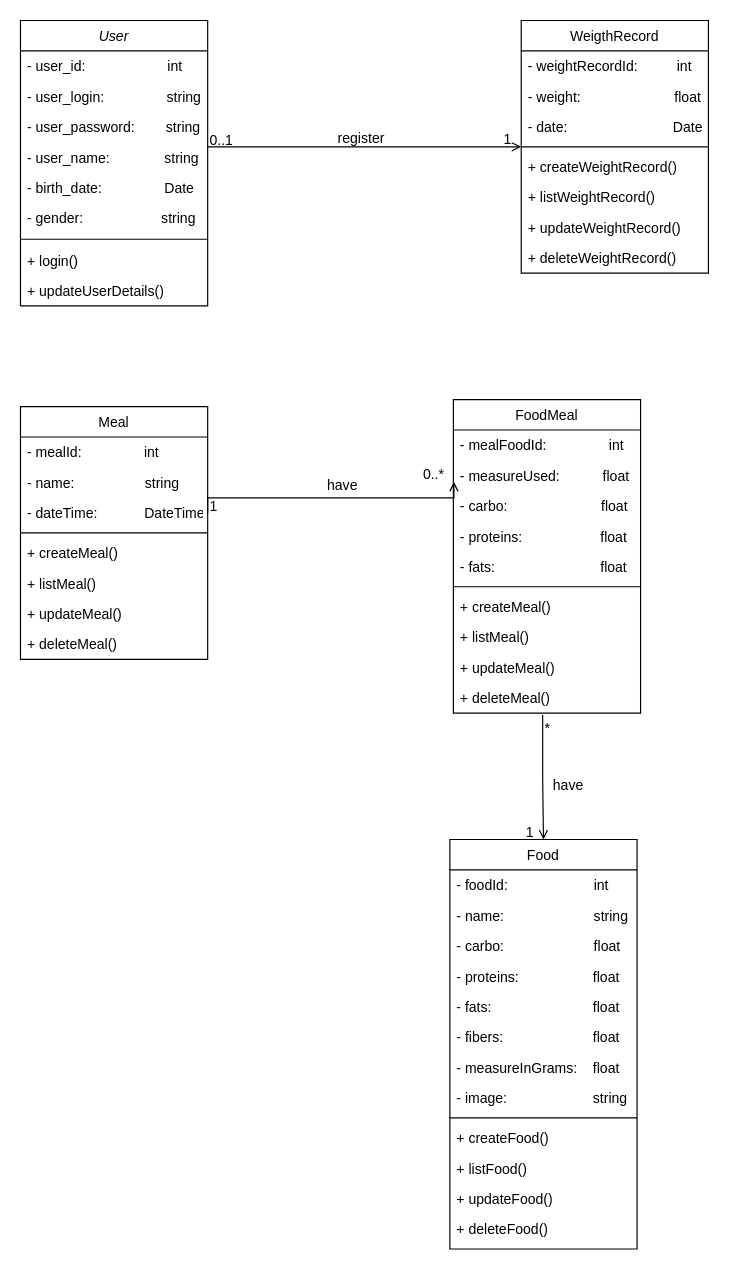
Above: page "Diagram of class" (1 of 2) of Documentation/NutriFit.drawio in BrennerFSouza/NutriFit (draw.io), before the change. Source tidied: cells renumbered, new cells numbered last; positions are measured from the earlier drawing's top-left corner, leaving out a move shared by most shapes. Both pictures are drawn from the tidied source at 117%, with x=0, y=0 at pixel (20, 20).
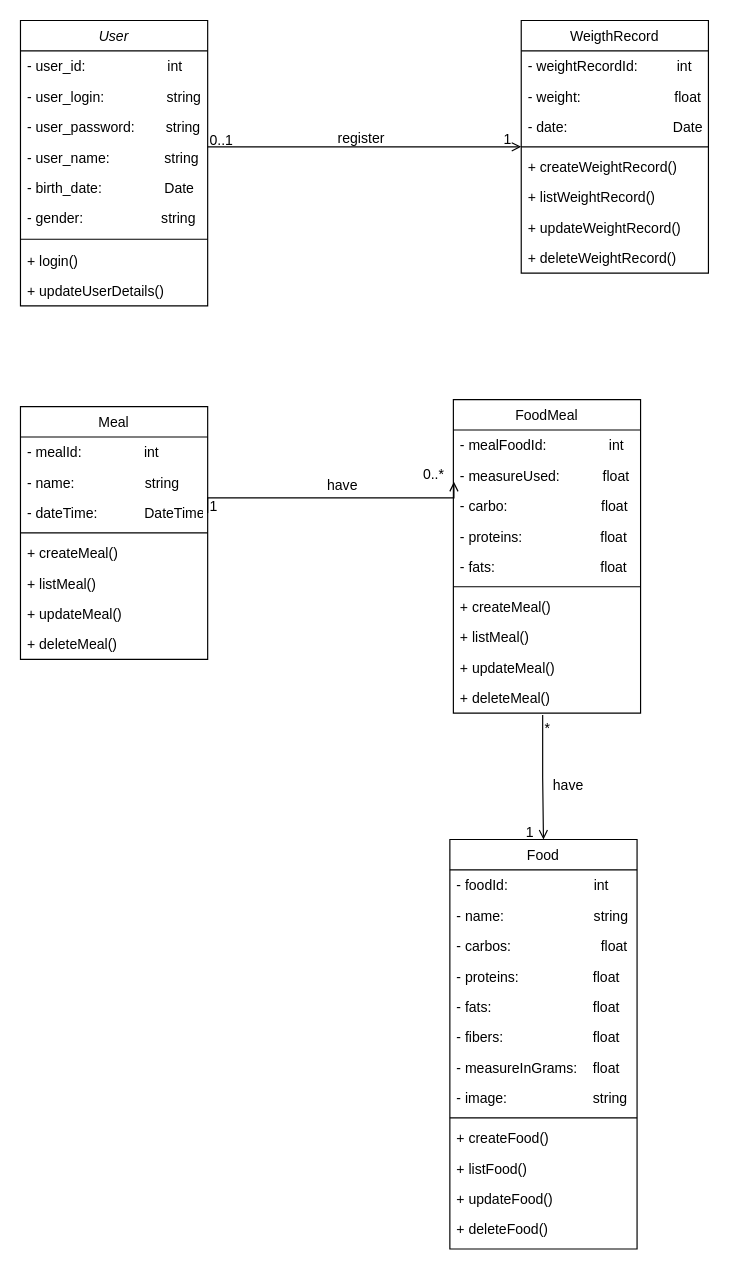
After the change.

Commit message (it also covers changes not shown here):
teste web

The change refers to these unchanged cells:
```xml
<mxCell id="49" value="Food" style="swimlane;fontStyle=0;align=center;verticalAlign=top;horizontal=1;startSize=26;rounded=0;shadow=0;strokeWidth=1;" parent="1" vertex="1">
  <mxGeometry x="367" y="700" width="160" height="350" as="geometry" />
</mxCell>
```

What changed in the source:
```diff
@@
-    <mxCell id="52" value="- carbo:                       float" style="text;align=left;verticalAlign=top;spacingLeft=4;spacingRight=4;overflow=hidden;" parent="49" vertex="1">
+    <mxCell id="52" value="- carbos:                       float" style="text;align=left;verticalAlign=top;spacingLeft=4;spacingRight=4;overflow=hidden;" parent="49" vertex="1">
       <mxGeometry y="78" width="160" height="26" as="geometry" />
     </mxCell>
```
